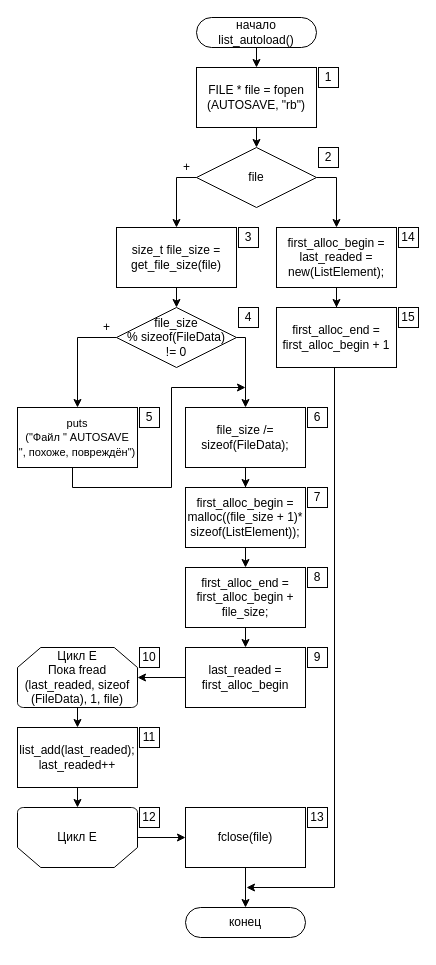
This is ПЗ/Diagrams/list_autoload.drawio from Killfrra/AnP, a draw.io file, before an edit. Source tidied: cells renumbered, new cells numbered last; positions are measured from the earlier drawing's top-left corner, leaving out a move shared by most shapes. Both pictures are drawn from the tidied source at 100%, with x=0, y=0 at pixel (17, 17).
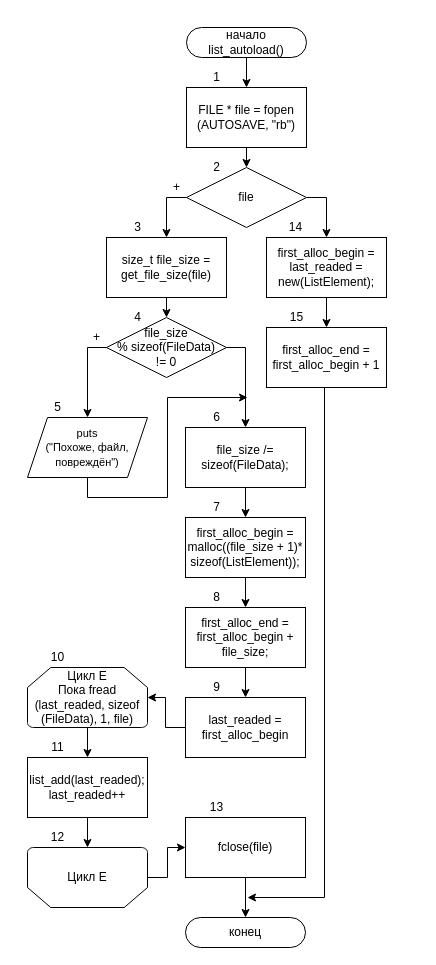
The same page after the edit.

Diff of the diagram source:
```diff
@@
     <mxCell id="2" value="начало&lt;br&gt;list_autoload()" style="rounded=1;whiteSpace=wrap;html=1;arcSize=50;" parent="1" vertex="1">
-      <mxGeometry x="179" width="120" height="30" as="geometry" />
+      <mxGeometry x="169" y="10" width="120" height="30" as="geometry" />
     </mxCell>
     <mxCell id="3" value="конец" style="rounded=1;whiteSpace=wrap;html=1;arcSize=50;" parent="1" vertex="1">
-      <mxGeometry x="168" y="890" width="120" height="30" as="geometry" />
+      <mxGeometry x="168" y="900" width="120" height="30" as="geometry" />
     </mxCell>
@@
     <mxCell id="5" value="file" style="rhombus;whiteSpace=wrap;html=1;rounded=0;" parent="1" vertex="1">
-      <mxGeometry x="179" y="130" width="120" height="60" as="geometry" />
+      <mxGeometry x="169" y="150" width="120" height="60" as="geometry" />
     </mxCell>
     <mxCell id="6" value="fclose(file)" style="rounded=0;whiteSpace=wrap;html=1;" parent="1" vertex="1">
-      <mxGeometry x="168" y="790" width="120" height="60" as="geometry" />
+      <mxGeometry x="168" y="800" width="120" height="60" as="geometry" />
     </mxCell>
@@
     <mxCell id="8" value="Цикл E&lt;br&gt;Пока fread (last_readed, sizeof (FileData), 1, file)" style="strokeWidth=1;html=1;shape=mxgraph.flowchart.loop_limit;whiteSpace=wrap;flipV=0;" parent="1" vertex="1">
-      <mxGeometry y="630" width="120" height="60" as="geometry" />
+      <mxGeometry x="10" y="650" width="120" height="60" as="geometry" />
     </mxCell>
@@
     <mxCell id="10" value="Цикл E" style="strokeWidth=1;html=1;shape=mxgraph.flowchart.loop_limit;whiteSpace=wrap;flipV=1;" parent="1" vertex="1">
-      <mxGeometry y="790" width="120" height="60" as="geometry" />
+      <mxGeometry x="10" y="830" width="120" height="60" as="geometry" />
     </mxCell>
     <mxCell id="11" value="list_add(last_readed);&lt;br&gt;last_readed++" style="rounded=0;whiteSpace=wrap;html=1;" parent="1" vertex="1">
-      <mxGeometry y="710" width="120" height="60" as="geometry" />
+      <mxGeometry x="10" y="740" width="120" height="60" as="geometry" />
     </mxCell>
@@
     <mxCell id="15" value="file_size /= sizeof(FileData);" style="rounded=0;whiteSpace=wrap;html=1;" parent="1" vertex="1">
-      <mxGeometry x="168" y="390" width="120" height="60" as="geometry" />
+      <mxGeometry x="168" y="410" width="120" height="60" as="geometry" />
     </mxCell>
-    <mxCell id="16" style="edgeStyle=orthogonalEdgeStyle;rounded=0;jettySize=auto;html=1;exitX=0.5;exitY=1;exitDx=0;exitDy=0;entryX=0.5;entryY=0;entryDx=0;entryDy=0;" parent="1" edge="1" target="8">
-      <mxGeometry relative="1" as="geometry">
-        <mxPoint x="60" y="630" as="sourcePoint" />
-      </mxGeometry>
-    </mxCell>
-    <mxCell id="17" style="edgeStyle=orthogonalEdgeStyle;rounded=0;jettySize=auto;html=1;exitX=1;exitY=0.5;exitDx=0;exitDy=0;" parent="1" edge="1" source="19" target="15">
+    <mxCell id="17" style="edgeStyle=orthogonalEdgeStyle;rounded=0;jettySize=auto;html=1;exitX=1;exitY=0.5;exitDx=0;exitDy=0;entryX=0.5;entryY=0;entryDx=0;entryDy=0;" parent="1" edge="1" source="19" target="15">
       <mxGeometry relative="1" as="geometry">
         <Array as="points">
-          <mxPoint x="228" y="320" />
+          <mxPoint x="228" y="330" />
         </Array>
       </mxGeometry>
     </mxCell>
     <mxCell id="18" style="edgeStyle=orthogonalEdgeStyle;rounded=0;jettySize=auto;html=1;exitX=0;exitY=0.5;exitDx=0;exitDy=0;entryX=0.5;entryY=0;entryDx=0;entryDy=0;" parent="1" edge="1" source="19" target="21">
-      <mxGeometry relative="1" as="geometry" />
+      <mxGeometry relative="1" as="geometry">
+        <Array as="points">
+          <mxPoint x="70" y="330" />
+        </Array>
+      </mxGeometry>
     </mxCell>
     <mxCell id="19" value="file_size&lt;br&gt;% sizeof(FileData)&lt;br&gt;!= 0" style="rhombus;whiteSpace=wrap;html=1;rounded=0;" parent="1" vertex="1">
-      <mxGeometry x="99" y="290" width="120" height="60" as="geometry" />
+      <mxGeometry x="89" y="300" width="120" height="60" as="geometry" />
     </mxCell>
-    <mxCell id="20" style="edgeStyle=orthogonalEdgeStyle;rounded=0;orthogonalLoop=1;jettySize=auto;html=1;exitX=0.5;exitY=1;exitDx=0;exitDy=0;" parent="1" edge="1">
+    <mxCell id="20" style="edgeStyle=orthogonalEdgeStyle;rounded=0;jettySize=auto;html=1;exitX=0.5;exitY=1;exitDx=0;exitDy=0;" parent="1" edge="1" source="21">
       <mxGeometry relative="1" as="geometry">
-        <mxPoint x="55" y="450" as="sourcePoint" />
-        <mxPoint x="228" y="370" as="targetPoint" />
+        <mxPoint x="230" y="380" as="targetPoint" />
         <Array as="points">
-          <mxPoint x="55" y="470" />
-          <mxPoint x="154" y="470" />
-          <mxPoint x="154" y="370" />
+          <mxPoint x="70" y="480" />
+          <mxPoint x="150" y="480" />
+          <mxPoint x="150" y="380" />
         </Array>
       </mxGeometry>
     </mxCell>
-    <mxCell id="21" value="&lt;font style=&quot;font-size: 11px&quot;&gt;puts&lt;br&gt;(&quot;Файл &quot; AUTOSAVE&lt;br&gt;&quot;, похоже, повреждён&quot;)&lt;/font&gt;" style="rounded=0;whiteSpace=wrap;html=1;" parent="1" vertex="1">
-      <mxGeometry y="390" width="120" height="60" as="geometry" />
+    <mxCell id="21" value="&lt;font style=&quot;font-size: 11px&quot;&gt;puts&lt;br&gt;(&quot;Похоже, файл, повреждён&quot;)&lt;/font&gt;" style="shape=parallelogram;perimeter=parallelogramPerimeter;whiteSpace=wrap;html=1;fixedSize=1;fontFamily=Helvetica;fontSize=12;fontColor=#000000;align=center;strokeColor=#000000;fillColor=#ffffff;" parent="1" vertex="1">
+      <mxGeometry x="10" y="400" width="120" height="60" as="geometry" />
     </mxCell>
     <mxCell id="22" value="size_t file_size = get_file_size(file)" style="rounded=0;whiteSpace=wrap;html=1;" parent="1" vertex="1">
-      <mxGeometry x="99" y="210" width="120" height="60" as="geometry" />
+      <mxGeometry x="89" y="220" width="120" height="60" as="geometry" />
     </mxCell>
@@
     <mxCell id="24" value="first_alloc_end = first_alloc_begin + 1" style="rounded=0;whiteSpace=wrap;html=1;" parent="1" vertex="1">
-      <mxGeometry x="259" y="290" width="120" height="60" as="geometry" />
+      <mxGeometry x="249" y="310" width="120" height="60" as="geometry" />
     </mxCell>
-    <mxCell id="25" style="edgeStyle=orthogonalEdgeStyle;rounded=0;orthogonalLoop=1;jettySize=auto;html=1;exitX=0.5;exitY=1;exitDx=0;exitDy=0;" parent="1" edge="1">
+    <mxCell id="25" style="edgeStyle=orthogonalEdgeStyle;rounded=0;jettySize=auto;html=1;exitX=0.5;exitY=1;exitDx=0;exitDy=0;" parent="1" edge="1" source="24">
       <mxGeometry relative="1" as="geometry">
-        <mxPoint x="317" y="350" as="sourcePoint" />
-        <mxPoint x="229" y="870" as="targetPoint" />
+        <mxPoint x="230" y="880" as="targetPoint" />
         <Array as="points">
-          <mxPoint x="317" y="870" />
+          <mxPoint x="307" y="370" />
+          <mxPoint x="307" y="880" />
         </Array>
       </mxGeometry>
     </mxCell>
     <mxCell id="26" style="edgeStyle=orthogonalEdgeStyle;rounded=0;jettySize=auto;html=1;exitX=0;exitY=0.5;exitDx=0;exitDy=0;entryX=0.5;entryY=0;entryDx=0;entryDy=0;" parent="1" edge="1" source="5" target="22">
       <mxGeometry relative="1" as="geometry">
         <Array as="points">
-          <mxPoint x="159" y="160" />
+          <mxPoint x="149" y="180" />
         </Array>
       </mxGeometry>
     </mxCell>
     <mxCell id="27" value="FILE * file = fopen&lt;br&gt;(AUTOSAVE, &quot;rb&quot;)" style="rounded=0;whiteSpace=wrap;html=1;" parent="1" vertex="1">
-      <mxGeometry x="179" y="50" width="120" height="60" as="geometry" />
+      <mxGeometry x="169" y="70" width="120" height="60" as="geometry" />
     </mxCell>
@@
     <mxCell id="31" value="first_alloc_begin = last_readed = new(ListElement);" style="rounded=0;whiteSpace=wrap;html=1;" parent="1" vertex="1">
-      <mxGeometry x="259" y="210" width="120" height="60" as="geometry" />
+      <mxGeometry x="249" y="220" width="120" height="60" as="geometry" />
     </mxCell>
-    <mxCell id="32" style="edgeStyle=orthogonalEdgeStyle;rounded=0;jettySize=auto;html=1;exitX=0.5;exitY=1;exitDx=0;exitDy=0;entryX=0.5;entryY=0;entryDx=0;entryDy=0;" parent="1" edge="1" source="33" target="35">
-      <mxGeometry relative="1" as="geometry" />
+    <mxCell id="32" style="edgeStyle=orthogonalEdgeStyle;rounded=0;jettySize=auto;html=1;exitX=0.5;exitY=1;exitDx=0;exitDy=0;entryX=0.5;entryY=0;entryDx=0;entryDy=0;" parent="1" edge="1" target="35">
+      <mxGeometry relative="1" as="geometry">
+        <mxPoint x="228" y="560" as="sourcePoint" />
+      </mxGeometry>
     </mxCell>
     <mxCell id="33" value="first_alloc_begin = malloc((file_size + 1)* sizeof(ListElement));&lt;span&gt;&lt;br&gt;&lt;/span&gt;" style="whiteSpace=wrap;html=1;rounded=0;" parent="1" vertex="1">
-      <mxGeometry x="168" y="470" width="120" height="60" as="geometry" />
+      <mxGeometry x="168" y="500" width="120" height="60" as="geometry" />
     </mxCell>
@@
     <mxCell id="35" value="first_alloc_end = first_alloc_begin + file_size;&lt;span&gt;&lt;br&gt;&lt;/span&gt;" style="whiteSpace=wrap;html=1;rounded=0;" parent="1" vertex="1">
-      <mxGeometry x="168" y="550" width="120" height="60" as="geometry" />
+      <mxGeometry x="168" y="590" width="120" height="60" as="geometry" />
     </mxCell>
@@
     <mxCell id="37" value="last_readed = first_alloc_begin&lt;span&gt;&lt;br&gt;&lt;/span&gt;" style="whiteSpace=wrap;html=1;rounded=0;" parent="1" vertex="1">
-      <mxGeometry x="168" y="630" width="120" height="60" as="geometry" />
+      <mxGeometry x="168" y="680" width="120" height="60" as="geometry" />
     </mxCell>
     <mxCell id="38" value="+" style="text;html=1;align=center;verticalAlign=middle;" parent="1" vertex="1">
-      <mxGeometry x="159" y="140" width="20" height="20" as="geometry" />
+      <mxGeometry x="149" y="160" width="20" height="20" as="geometry" />
     </mxCell>
     <mxCell id="39" value="+" style="text;html=1;align=center;verticalAlign=middle;" parent="1" vertex="1">
-      <mxGeometry x="79" y="300" width="20" height="20" as="geometry" />
+      <mxGeometry x="69" y="310" width="20" height="20" as="geometry" />
     </mxCell>
-    <mxCell id="40" value="1" style="whiteSpace=wrap;html=1;" parent="1" vertex="1">
-      <mxGeometry x="301" y="50" width="20" height="20" as="geometry" />
+    <mxCell id="40" value="1" style="text;html=1;align=center;verticalAlign=middle;" parent="1" vertex="1">
+      <mxGeometry x="189" y="50" width="20" height="20" as="geometry" />
     </mxCell>
-    <mxCell id="41" value="2" style="whiteSpace=wrap;html=1;" parent="1" vertex="1">
-      <mxGeometry x="301" y="130" width="20" height="20" as="geometry" />
+    <mxCell id="41" value="2" style="text;html=1;align=center;verticalAlign=middle;" parent="1" vertex="1">
+      <mxGeometry x="189" y="140" width="20" height="20" as="geometry" />
     </mxCell>
-    <mxCell id="42" value="3" style="whiteSpace=wrap;html=1;" parent="1" vertex="1">
-      <mxGeometry x="221" y="210" width="20" height="20" as="geometry" />
+    <mxCell id="42" value="3" style="text;html=1;align=center;verticalAlign=middle;" parent="1" vertex="1">
+      <mxGeometry x="110" y="200" width="20" height="20" as="geometry" />
     </mxCell>
-    <mxCell id="43" value="4" style="whiteSpace=wrap;html=1;" parent="1" vertex="1">
-      <mxGeometry x="221" y="290" width="20" height="20" as="geometry" />
+    <mxCell id="43" value="4" style="text;html=1;align=center;verticalAlign=middle;" parent="1" vertex="1">
+      <mxGeometry x="110" y="290" width="20" height="20" as="geometry" />
     </mxCell>
+    <mxCell id="53" value="14" style="text;html=1;align=center;verticalAlign=middle;" parent="1" vertex="1">
+      <mxGeometry x="263" y="200" width="30" height="20" as="geometry" />
+    </mxCell>
+    <mxCell id="54" value="15" style="text;html=1;align=center;verticalAlign=middle;" parent="1" vertex="1">
+      <mxGeometry x="264" y="290" width="30" height="20" as="geometry" />
+    </mxCell>
-    <mxCell id="44" value="5" style="whiteSpace=wrap;html=1;" parent="1" vertex="1">
-      <mxGeometry x="122" y="390" width="20" height="20" as="geometry" />
+    <mxCell id="44" value="5" style="text;html=1;align=center;verticalAlign=middle;" parent="1" vertex="1">
+      <mxGeometry x="30" y="380" width="20" height="20" as="geometry" />
     </mxCell>
-    <mxCell id="45" value="6" style="whiteSpace=wrap;html=1;" parent="1" vertex="1">
-      <mxGeometry x="290" y="390" width="20" height="20" as="geometry" />
+    <mxCell id="45" value="6" style="text;html=1;align=center;verticalAlign=middle;" parent="1" vertex="1">
+      <mxGeometry x="189" y="390" width="20" height="20" as="geometry" />
     </mxCell>
-    <mxCell id="46" value="7" style="whiteSpace=wrap;html=1;" parent="1" vertex="1">
-      <mxGeometry x="290" y="470" width="20" height="20" as="geometry" />
+    <mxCell id="46" value="7" style="text;html=1;align=center;verticalAlign=middle;" parent="1" vertex="1">
+      <mxGeometry x="189" y="480" width="20" height="20" as="geometry" />
     </mxCell>
-    <mxCell id="47" value="8" style="whiteSpace=wrap;html=1;" parent="1" vertex="1">
-      <mxGeometry x="290" y="550" width="20" height="20" as="geometry" />
+    <mxCell id="47" value="8" style="text;html=1;align=center;verticalAlign=middle;" parent="1" vertex="1">
+      <mxGeometry x="189" y="570" width="20" height="20" as="geometry" />
     </mxCell>
-    <mxCell id="48" value="9" style="whiteSpace=wrap;html=1;" parent="1" vertex="1">
-      <mxGeometry x="290" y="630" width="20" height="20" as="geometry" />
+    <mxCell id="48" value="9" style="text;html=1;align=center;verticalAlign=middle;" parent="1" vertex="1">
+      <mxGeometry x="189" y="660" width="20" height="20" as="geometry" />
     </mxCell>
-    <mxCell id="49" value="10" style="whiteSpace=wrap;html=1;" parent="1" vertex="1">
-      <mxGeometry x="122" y="630" width="20" height="20" as="geometry" />
+    <mxCell id="49" value="10" style="text;html=1;align=center;verticalAlign=middle;" parent="1" vertex="1">
+      <mxGeometry x="25" y="630" width="30" height="20" as="geometry" />
     </mxCell>
-    <mxCell id="50" value="11" style="whiteSpace=wrap;html=1;" parent="1" vertex="1">
-      <mxGeometry x="122" y="710" width="20" height="20" as="geometry" />
+    <mxCell id="50" value="11" style="text;html=1;align=center;verticalAlign=middle;" parent="1" vertex="1">
+      <mxGeometry x="25" y="720" width="30" height="20" as="geometry" />
     </mxCell>
-    <mxCell id="51" value="12" style="whiteSpace=wrap;html=1;" parent="1" vertex="1">
-      <mxGeometry x="122" y="790" width="20" height="20" as="geometry" />
+    <mxCell id="51" value="12" style="text;html=1;align=center;verticalAlign=middle;" parent="1" vertex="1">
+      <mxGeometry x="25" y="810" width="30" height="20" as="geometry" />
     </mxCell>
-    <mxCell id="52" value="13" style="whiteSpace=wrap;html=1;" parent="1" vertex="1">
-      <mxGeometry x="290" y="790" width="20" height="20" as="geometry" />
+    <mxCell id="52" value="13" style="text;html=1;align=center;verticalAlign=middle;" parent="1" vertex="1">
+      <mxGeometry x="184" y="780" width="30" height="20" as="geometry" />
     </mxCell>
-    <mxCell id="53" value="14" style="whiteSpace=wrap;html=1;" parent="1" vertex="1">
-      <mxGeometry x="381" y="210" width="20" height="20" as="geometry" />
-    </mxCell>
-    <mxCell id="54" value="15" style="whiteSpace=wrap;html=1;" parent="1" vertex="1">
-      <mxGeometry x="381" y="290" width="20" height="20" as="geometry" />
-    </mxCell>
```
